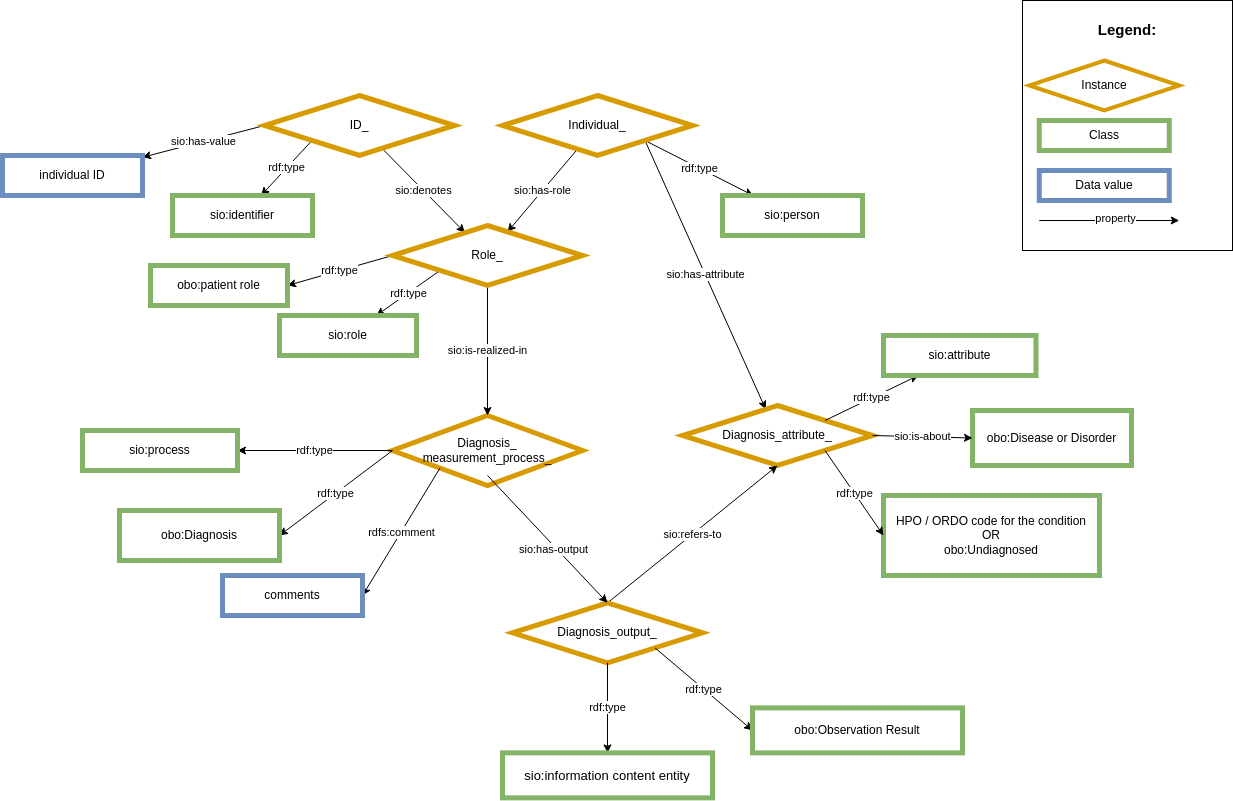
This is images/CARE-SM-Diagnosis.png from CARE-SM/CARE-Semantic-Model, a draw.io export, as it was before one commit. Source tidied: cells renumbered, new cells last; positions are measured from the earlier drawing's top-left corner, leaving out a move shared by most shapes.
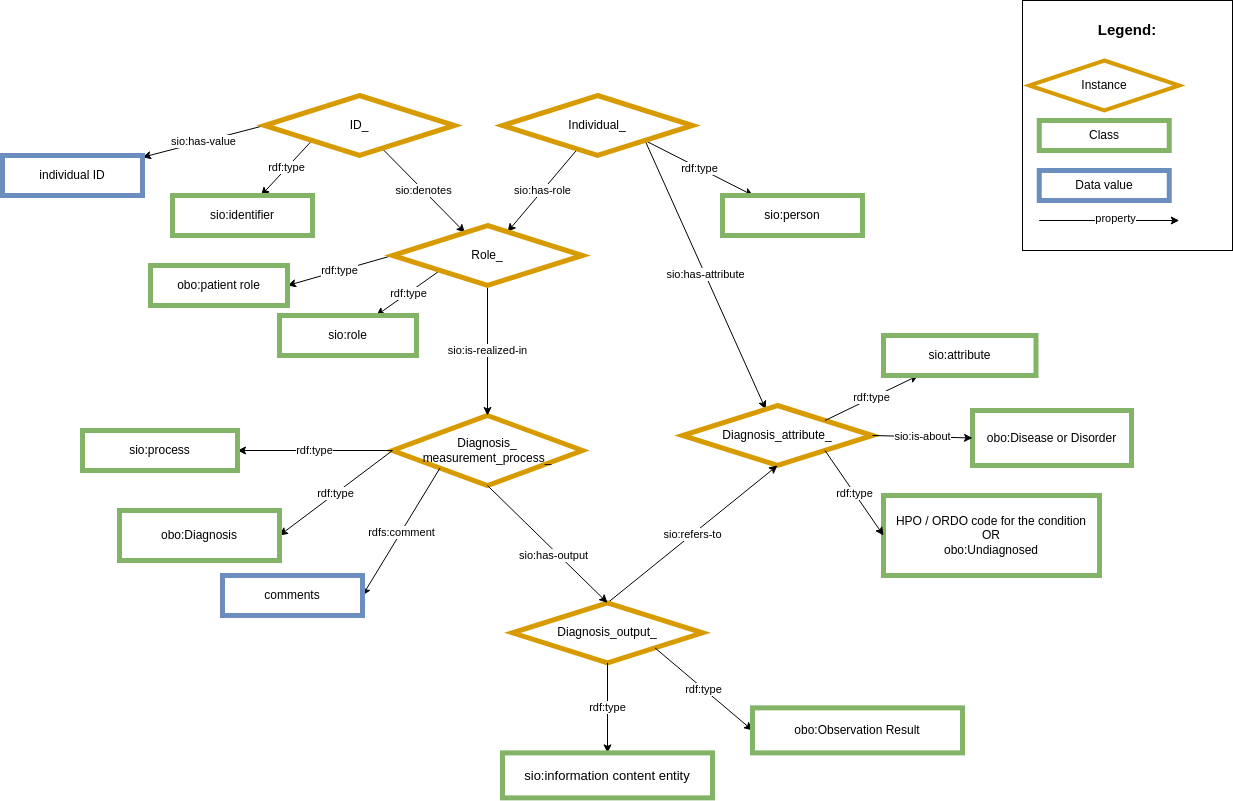
The same file after the commit.

Change to the diagram source:
```diff
@@ -97,10 +97,8 @@
     <mxCell id="32" value="Diagnosis_output_" style="rhombus;whiteSpace=wrap;html=1;fillColor=#FFFFFF;strokeColor=#d79b00;strokeWidth=5;" parent="1" vertex="1">
       <mxGeometry x="510" y="602.4" width="190" height="60" as="geometry" />
     </mxCell>
-    <mxCell id="33" style="edgeStyle=none;rounded=0;jettySize=auto;html=1;exitX=0.5;exitY=1;exitDx=0;exitDy=0;entryX=0.5;entryY=0;entryDx=0;entryDy=0;" parent="1" edge="1" target="32">
-      <mxGeometry relative="1" as="geometry">
-        <mxPoint x="485" y="475" as="sourcePoint" />
-      </mxGeometry>
+    <mxCell id="33" style="edgeStyle=none;rounded=0;jettySize=auto;html=1;exitX=0.5;exitY=1;exitDx=0;exitDy=0;entryX=0.5;entryY=0;entryDx=0;entryDy=0;" parent="1" edge="1" source="2" target="32">
+      <mxGeometry relative="1" as="geometry" />
     </mxCell>
     <mxCell id="34" value="&lt;span style=&quot;color: rgb(0, 0, 0); font-family: Helvetica; font-size: 11px; font-style: normal; font-variant-ligatures: normal; font-variant-caps: normal; font-weight: 400; letter-spacing: normal; orphans: 2; text-align: center; text-indent: 0px; text-transform: none; widows: 2; word-spacing: 0px; -webkit-text-stroke-width: 0px; background-color: rgb(255, 255, 255); text-decoration-thickness: initial; text-decoration-style: initial; text-decoration-color: initial; float: none; display: inline !important;&quot;&gt;sio:has-output&lt;/span&gt;" style="edgeLabel;html=1;align=center;verticalAlign=middle;" parent="33" vertex="1">
       <mxGeometry x="-0.21" y="-1" relative="1" as="geometry">
```
